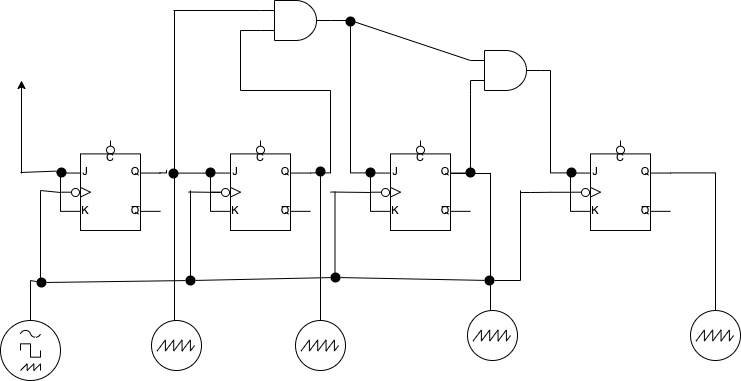
Above: digital_counter.drawio.png in H-haruki-20/FlowChart (draw.io), before the change. Source tidied: cells renumbered, new cells last; positions are measured from the earlier drawing's top-left corner, leaving out a move shared by most shapes.
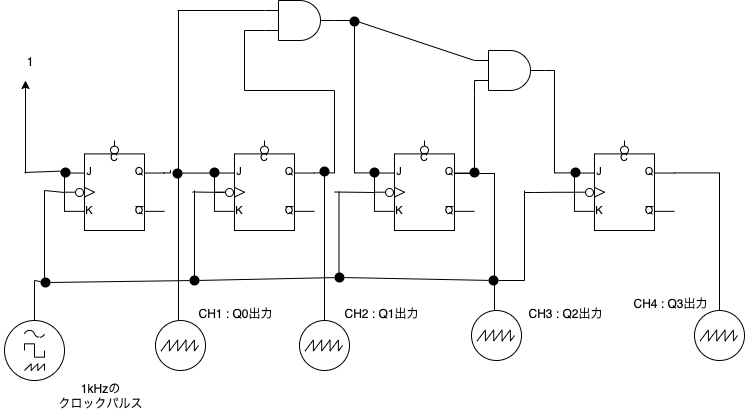
After the change.

Change to the diagram source:
```diff
@@ -263,5 +263,23 @@
         <mxPoint x="166" y="169.6" as="targetPoint" />
       </mxGeometry>
     </mxCell>
+    <mxCell id="65" value="1kHzの&lt;br&gt;クロックパルス" style="text;html=1;align=center;verticalAlign=middle;fillColor=none;strokeColor=none;rounded=0;" parent="1" vertex="1">
+      <mxGeometry x="49" y="380" width="93" height="32" as="geometry" />
+    </mxCell>
+    <mxCell id="66" value="CH1 : Q0出力" style="text;html=1;align=center;verticalAlign=middle;fillColor=none;strokeColor=none;rounded=0;" parent="1" vertex="1">
+      <mxGeometry x="189" y="305" width="84" height="18" as="geometry" />
+    </mxCell>
+    <mxCell id="67" value="CH2 : Q1出力&lt;span style=&quot;color: rgba(0 , 0 , 0 , 0) ; font-family: monospace ; font-size: 0px&quot;&gt;%3CmxGraphModel%3E%3Croot%3E%3CmxCell%20id%3D%220%22%2F%3E%3CmxCell%20id%3D%221%22%20parent%3D%220%22%2F%3E%3CmxCell%20id%3D%222%22%20value%3D%22CH1%20%3A%20Q0%E5%87%BA%E5%8A%9B%22%20style%3D%22text%3Bhtml%3D1%3Bresizable%3D0%3Bautosize%3D1%3Balign%3Dcenter%3BverticalAlign%3Dmiddle%3Bpoints%3D%5B%5D%3BfillColor%3Dnone%3BstrokeColor%3Dnone%3Brounded%3D0%3B%22%20vertex%3D%221%22%20parent%3D%221%22%3E%3CmxGeometry%20x%3D%22199%22%20y%3D%22375%22%20width%3D%2284%22%20height%3D%2218%22%20as%3D%22geometry%22%2F%3E%3C%2FmxCell%3E%3C%2Froot%3E%3C%2FmxGraphModel%3E&lt;/span&gt;" style="text;html=1;align=center;verticalAlign=middle;fillColor=none;strokeColor=none;rounded=0;" parent="1" vertex="1">
+      <mxGeometry x="335" y="303" width="84" height="22" as="geometry" />
+    </mxCell>
+    <mxCell id="68" value="CH3 : Q2出力" style="text;html=1;align=center;verticalAlign=middle;fillColor=none;strokeColor=none;rounded=0;" parent="1" vertex="1">
+      <mxGeometry x="519" y="305" width="84" height="18" as="geometry" />
+    </mxCell>
+    <mxCell id="69" value="CH4 : Q3出力" style="text;html=1;align=center;verticalAlign=middle;fillColor=none;strokeColor=none;rounded=0;" parent="1" vertex="1">
+      <mxGeometry x="624" y="295" width="84" height="18" as="geometry" />
+    </mxCell>
+    <mxCell id="70" value="1" style="text;html=1;strokeColor=none;fillColor=none;align=center;verticalAlign=middle;whiteSpace=wrap;rounded=0;" parent="1" vertex="1">
+      <mxGeometry x="-4" y="47" width="60" height="30" as="geometry" />
+    </mxCell>
   </root>
 </mxGraphModel>
```
